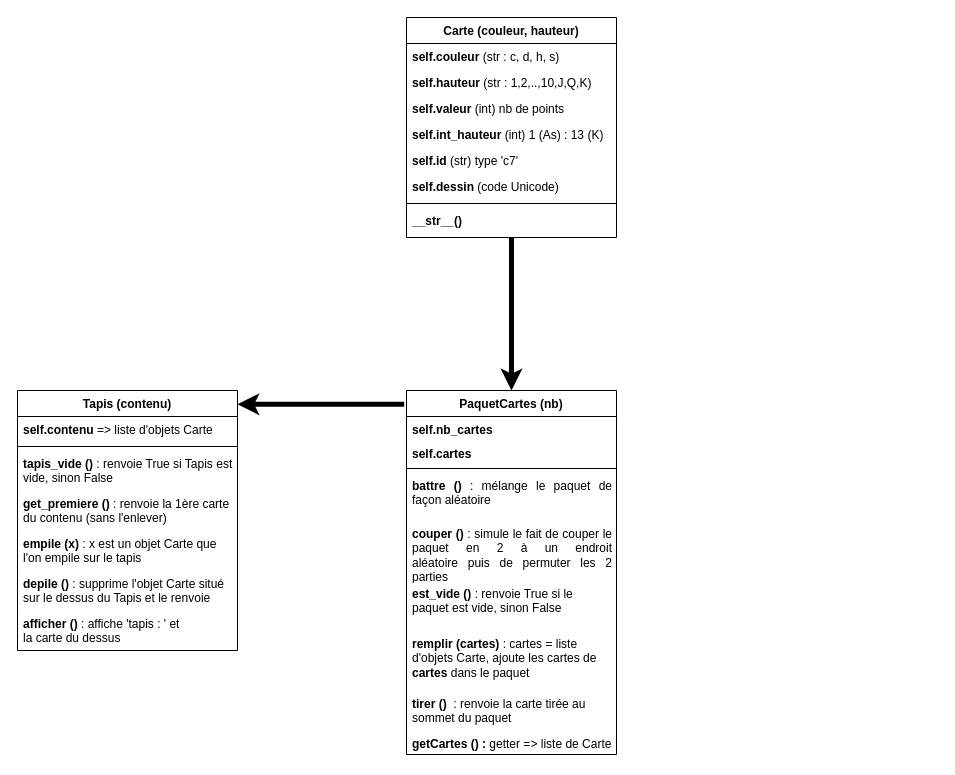
The draw.io diagram diagramme_classes_V1.drawio in gaspth64/pharaon, before the edit. Source tidied: cells renumbered, new cells numbered last; positions are measured from the earlier drawing's top-left corner, leaving out a move shared by most shapes. Both pictures are drawn from the tidied source at 100%, with x=0, y=0 at pixel (17, 17).
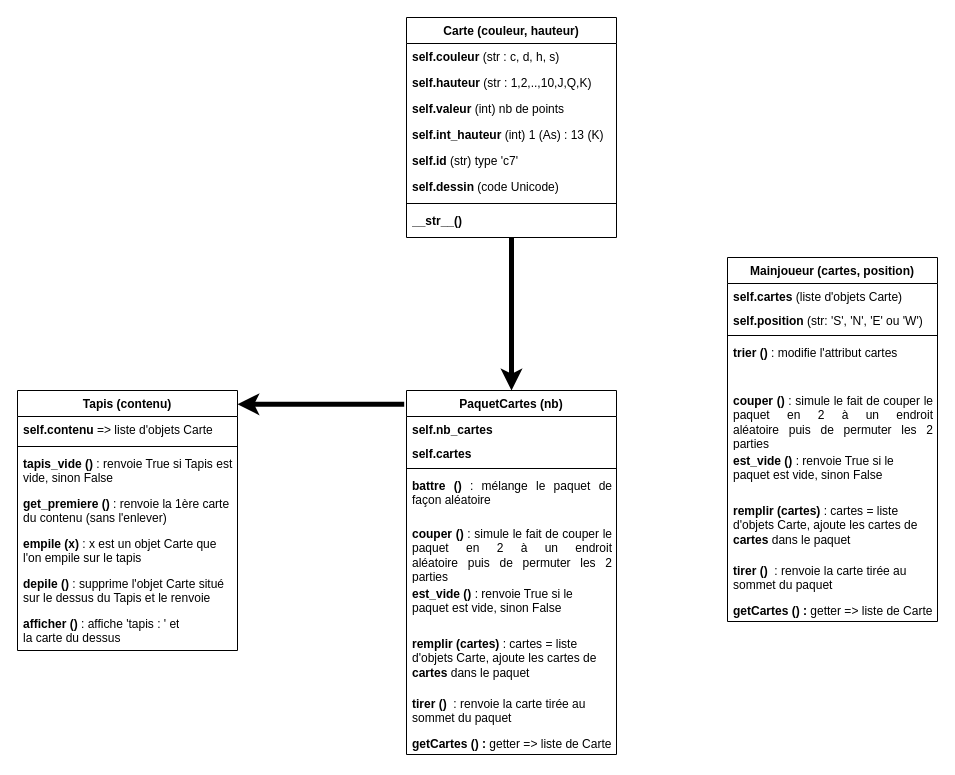
Above is the later version.

Commit message:
Mettre à jour diagramme_classes_V1.drawio

Diff of the diagram source:
```diff
@@
+    <mxCell id="31" value="&lt;b&gt;Mainjoueur (cartes, position)&lt;/b&gt;" style="swimlane;fontStyle=0;align=center;verticalAlign=top;horizontal=1;startSize=26;rounded=0;shadow=0;strokeWidth=1;html=1;whiteSpace=wrap;" parent="1" vertex="1">
+      <mxGeometry x="710" y="240" width="210" height="364" as="geometry" />
+    </mxCell>
+    <mxCell id="32" value="self.cartes &lt;span style=&quot;font-weight: normal;&quot;&gt;(liste d'objets Carte)&lt;/span&gt;" style="text;align=left;verticalAlign=top;spacingLeft=4;spacingRight=4;overflow=hidden;fontStyle=1;html=1;whiteSpace=wrap;" parent="31" vertex="1">
+      <mxGeometry y="26" width="210" height="24" as="geometry" />
+    </mxCell>
+    <mxCell id="33" value="&lt;b&gt;self.position &lt;/b&gt;(str: 'S', 'N', 'E' ou 'W')&lt;b&gt;&amp;nbsp;&lt;/b&gt;" style="text;align=left;verticalAlign=top;spacingLeft=4;spacingRight=4;overflow=hidden;html=1;whiteSpace=wrap;" parent="31" vertex="1">
+      <mxGeometry y="50" width="210" height="24" as="geometry" />
+    </mxCell>
+    <mxCell id="34" style="line;html=1;strokeWidth=1;align=left;verticalAlign=middle;spacingTop=-1;spacingLeft=3;spacingRight=3;labelPosition=right;whiteSpace=wrap;" parent="31" vertex="1">
+      <mxGeometry y="74" width="210" height="8" as="geometry" />
+    </mxCell>
+    <mxCell id="35" value="&lt;div style=&quot;text-align: justify;&quot;&gt;&lt;span style=&quot;background-color: initial;&quot;&gt;&lt;b&gt;trier ()&lt;/b&gt; : modifie l'attribut cartes&amp;nbsp;&lt;/span&gt;&lt;/div&gt;" style="text;align=left;verticalAlign=top;spacingLeft=4;spacingRight=4;overflow=hidden;fontStyle=0;html=1;whiteSpace=wrap;" parent="31" vertex="1">
+      <mxGeometry y="82" width="210" height="48" as="geometry" />
+    </mxCell>
+    <mxCell id="36" value="&lt;div style=&quot;text-align: justify;&quot;&gt;&lt;b style=&quot;background-color: initial;&quot;&gt;couper () &lt;/b&gt;&lt;span style=&quot;background-color: initial;&quot;&gt;:&amp;nbsp;simule le fait de couper&amp;nbsp;&lt;/span&gt;&lt;span style=&quot;background-color: initial;&quot;&gt;le paquet en 2 à un endroit aléatoire&amp;nbsp;&lt;/span&gt;&lt;span style=&quot;background-color: initial;&quot;&gt;puis de permuter les 2 parties&lt;/span&gt;&lt;/div&gt;" style="text;align=left;verticalAlign=top;spacingLeft=4;spacingRight=4;overflow=hidden;html=1;whiteSpace=wrap;" parent="31" vertex="1">
+      <mxGeometry y="130" width="210" height="60" as="geometry" />
+    </mxCell>
+    <mxCell id="37" value="&lt;b&gt;est_vide ()&lt;/b&gt; : renvoie True si le paquet&amp;nbsp;est vide,&amp;nbsp;sinon False" style="text;align=left;verticalAlign=top;spacingLeft=4;spacingRight=4;overflow=hidden;html=1;whiteSpace=wrap;" parent="31" vertex="1">
+      <mxGeometry y="190" width="210" height="50" as="geometry" />
+    </mxCell>
+    <mxCell id="38" value="&lt;b&gt;remplir (cartes) &lt;/b&gt;: cartes = liste d'objets Carte, ajoute les cartes de &lt;b&gt;cartes&lt;/b&gt;&amp;nbsp;dans le paquet" style="text;align=left;verticalAlign=top;spacingLeft=4;spacingRight=4;overflow=hidden;html=1;whiteSpace=wrap;" parent="31" vertex="1">
+      <mxGeometry y="240" width="210" height="60" as="geometry" />
+    </mxCell>
+    <mxCell id="39" value="&lt;b&gt;tirer ()&lt;/b&gt;&amp;nbsp;&lt;b&gt;&amp;nbsp;&lt;/b&gt;:&amp;nbsp;&lt;span style=&quot;background-color: initial;&quot;&gt;renvoie la carte tirée au sommet du paquet&lt;br&gt;&lt;/span&gt;" style="text;align=left;verticalAlign=top;spacingLeft=4;spacingRight=4;overflow=hidden;html=1;whiteSpace=wrap;" parent="31" vertex="1">
+      <mxGeometry y="300" width="210" height="40" as="geometry" />
+    </mxCell>
+    <mxCell id="40" value="&lt;b&gt;getCartes () :&lt;/b&gt; getter =&amp;gt; liste de Carte" style="text;align=left;verticalAlign=top;spacingLeft=4;spacingRight=4;overflow=hidden;html=1;whiteSpace=wrap;" parent="31" vertex="1">
+      <mxGeometry y="340" width="210" height="24" as="geometry" />
+    </mxCell>
```
